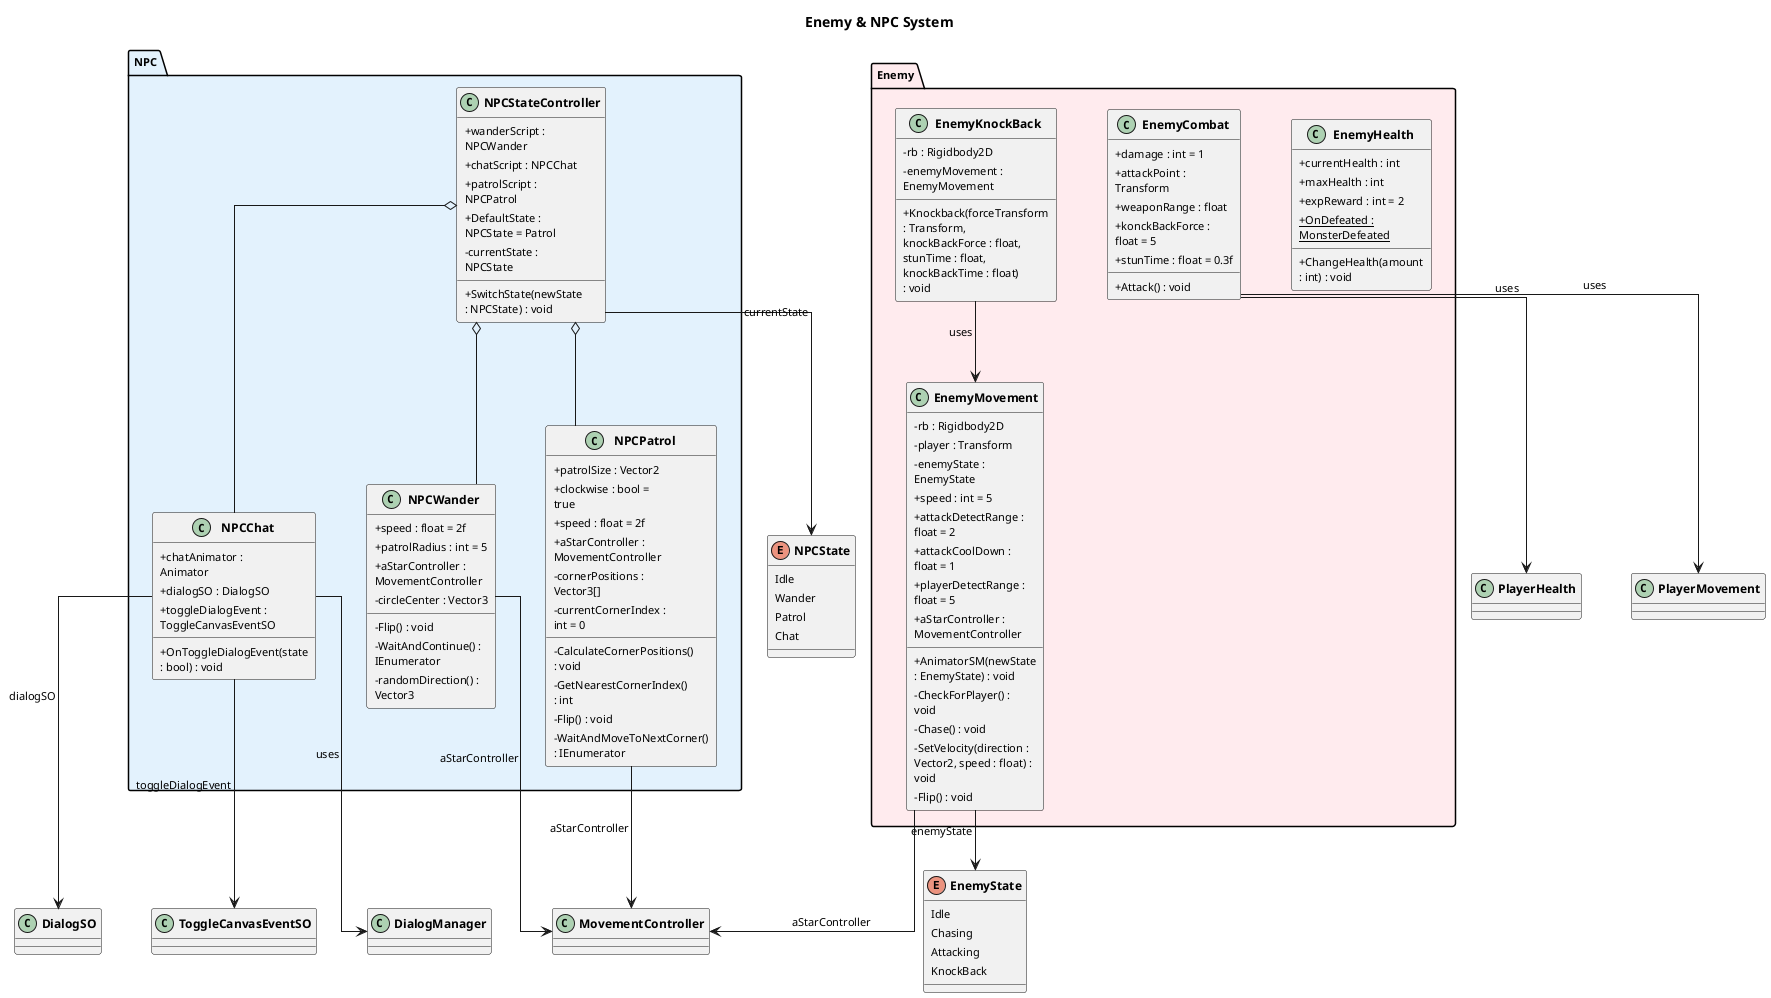
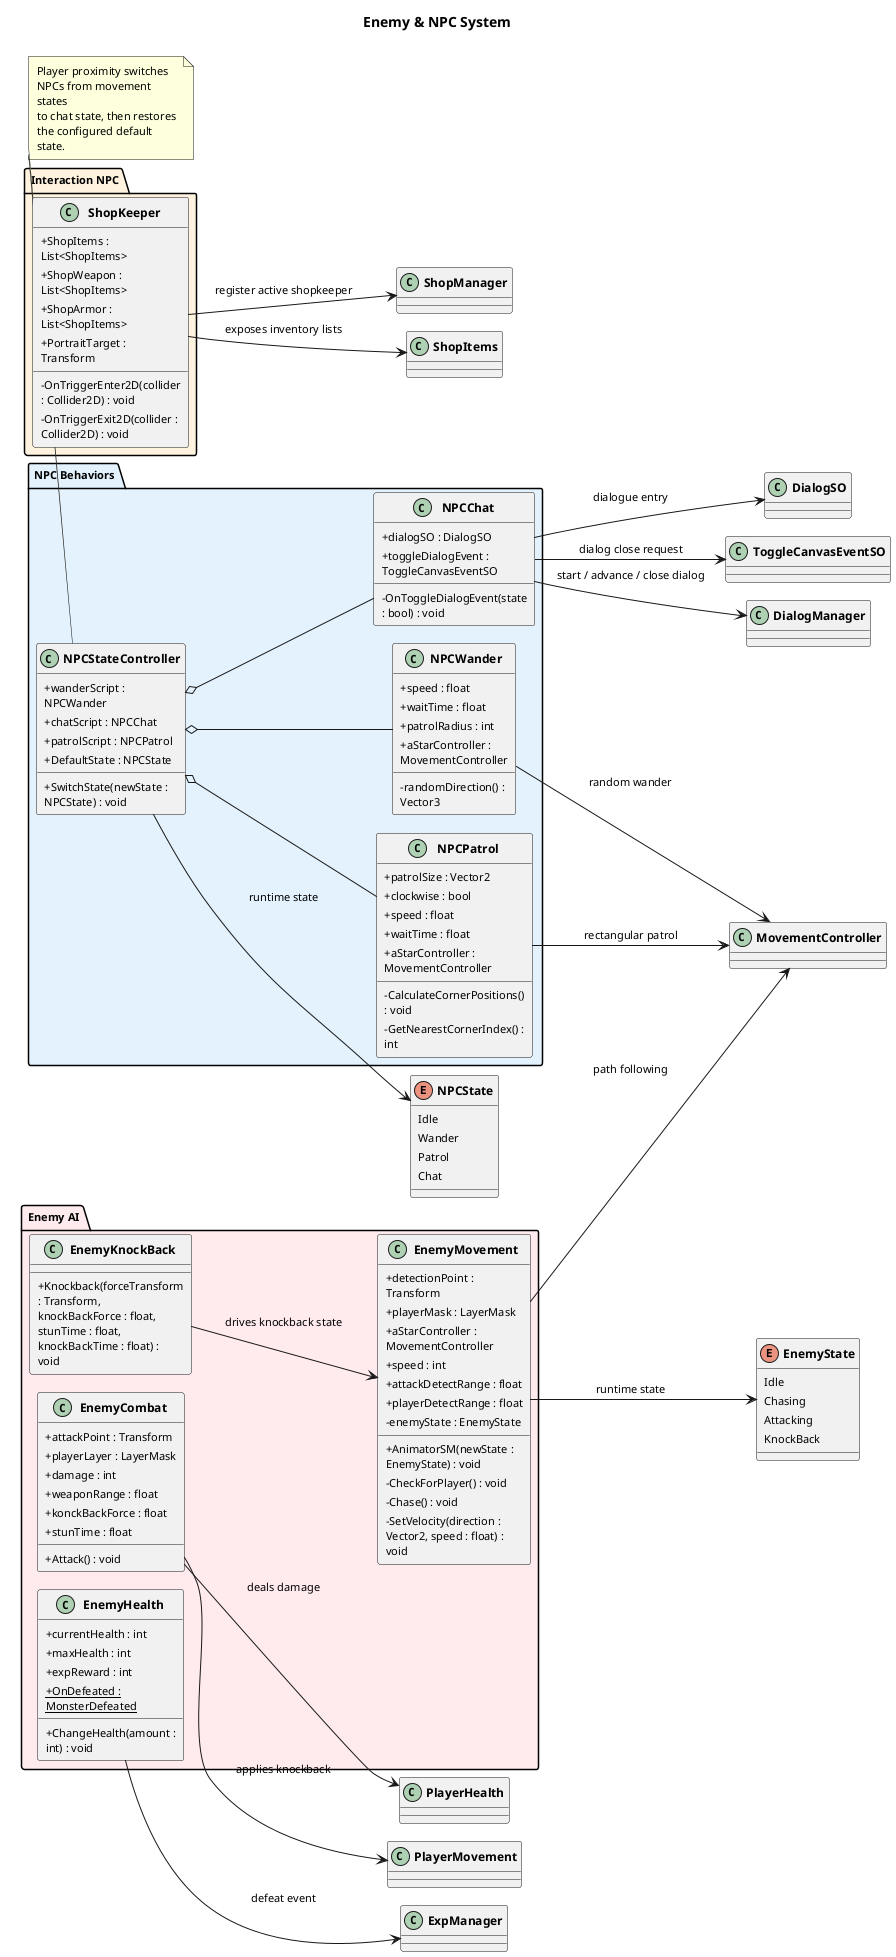
@startuml Enemy_NPC_System

+ !pragma layout smetana
+ left to right direction
+ 
skinparam linetype ortho
- skinparam nodesep 50
- skinparam ranksep 60
+ skinparam nodesep 40
+ skinparam ranksep 50
skinparam classAttributeIconSize 0
skinparam defaultFontSize 11
skinparam classFontSize 12
skinparam classFontStyle bold
skinparam padding 2
- skinparam wrapWidth 120
+ skinparam wrapWidth 140

title Enemy & NPC System

enum EnemyState {
    Idle
    Chasing
    Attacking
    KnockBack
}

enum NPCState {
    Idle
    Wander
    Patrol
    Chat
}

- package "Enemy" #FFEBEE {
+ package "Enemy AI" #FFEBEE {
    class EnemyMovement {
-         - rb : Rigidbody2D
-         - player : Transform
+         + detectionPoint : Transform
+         + playerMask : LayerMask
+         + aStarController : MovementController
+         + speed : int
+         + attackDetectRange : float
+         + playerDetectRange : float
        - enemyState : EnemyState
-         + speed : int = 5
-         + attackDetectRange : float = 2
-         + attackCoolDown : float = 1
-         + playerDetectRange : float = 5
-         + aStarController : MovementController
        + AnimatorSM(newState : EnemyState) : void
        - CheckForPlayer() : void
        - Chase() : void
        - SetVelocity(direction : Vector2, speed : float) : void
-         - Flip() : void
    }

-     together {
-         class EnemyHealth {
-             + currentHealth : int
-             + maxHealth : int
-             + expReward : int = 2
-             + {static} OnDefeated : MonsterDefeated
-             + ChangeHealth(amount : int) : void
-         }
+     class EnemyCombat {
+         + attackPoint : Transform
+         + playerLayer : LayerMask
+         + damage : int
+         + weaponRange : float
+         + konckBackForce : float
+         + stunTime : float
+         + Attack() : void
+     }

-         class EnemyKnockBack {
-             - rb : Rigidbody2D
-             - enemyMovement : EnemyMovement
-             + Knockback(forceTransform : Transform, knockBackForce : float, stunTime : float, knockBackTime : float) : void
-         }
+     class EnemyHealth {
+         + currentHealth : int
+         + maxHealth : int
+         + expReward : int
+         + {static} OnDefeated : MonsterDefeated
+         + ChangeHealth(amount : int) : void
+     }

-         class EnemyCombat {
-             + damage : int = 1
-             + attackPoint : Transform
-             + weaponRange : float
-             + konckBackForce : float = 5
-             + stunTime : float = 0.3f
-             + Attack() : void
-         }
+     class EnemyKnockBack {
+         + Knockback(forceTransform : Transform, knockBackForce : float, stunTime : float, knockBackTime : float) : void
    }
}

- package "NPC" #E3F2FD {
+ package "NPC Behaviors" #E3F2FD {
    class NPCStateController {
        + wanderScript : NPCWander
        + chatScript : NPCChat
        + patrolScript : NPCPatrol
-         + DefaultState : NPCState = Patrol
-         - currentState : NPCState
+         + DefaultState : NPCState
        + SwitchState(newState : NPCState) : void
    }

-     together {
-         class NPCPatrol {
-             + patrolSize : Vector2
-             + clockwise : bool = true
-             + speed : float = 2f
-             + aStarController : MovementController
-             - cornerPositions : Vector3[]
-             - currentCornerIndex : int = 0
-             - CalculateCornerPositions() : void
-             - GetNearestCornerIndex() : int
-             - Flip() : void
-             - WaitAndMoveToNextCorner() : IEnumerator
-         }
+     class NPCPatrol {
+         + patrolSize : Vector2
+         + clockwise : bool
+         + speed : float
+         + waitTime : float
+         + aStarController : MovementController
+         - CalculateCornerPositions() : void
+         - GetNearestCornerIndex() : int
+     }

-         class NPCWander {
-             + speed : float = 2f
-             + patrolRadius : int = 5
-             + aStarController : MovementController
-             - circleCenter : Vector3
-             - Flip() : void
-             - WaitAndContinue() : IEnumerator
-             - randomDirection() : Vector3
-         }
+     class NPCWander {
+         + speed : float
+         + waitTime : float
+         + patrolRadius : int
+         + aStarController : MovementController
+         - randomDirection() : Vector3
+     }

-         class NPCChat {
-             + chatAnimator : Animator
-             + dialogSO : DialogSO
-             + toggleDialogEvent : ToggleCanvasEventSO
-             + OnToggleDialogEvent(state : bool) : void
-         }
+     class NPCChat {
+         + dialogSO : DialogSO
+         + toggleDialogEvent : ToggleCanvasEventSO
+         - OnToggleDialogEvent(state : bool) : void
    }
}

- EnemyMovement --> EnemyState : enemyState
- EnemyMovement --> MovementController : aStarController
- EnemyKnockBack --> EnemyMovement : uses
- EnemyCombat --> PlayerHealth : uses
- EnemyCombat --> PlayerMovement : uses
- NPCStateController --> NPCState : currentState
+ package "Interaction NPC" #FFF3E0 {
+     class ShopKeeper {
+         + ShopItems : List<ShopItems>
+         + ShopWeapon : List<ShopItems>
+         + ShopArmor : List<ShopItems>
+         + PortraitTarget : Transform
+         - OnTriggerEnter2D(collider : Collider2D) : void
+         - OnTriggerExit2D(collider : Collider2D) : void
+     }
+ }
+ 
+ EnemyMovement --> EnemyState : runtime state
+ EnemyMovement --> MovementController : path following
+ EnemyCombat --> PlayerHealth : deals damage
+ EnemyCombat --> PlayerMovement : applies knockback
+ EnemyKnockBack --> EnemyMovement : drives knockback state
+ EnemyHealth --> ExpManager : defeat event
+ 
+ NPCStateController --> NPCState : runtime state
+ NPCStateController o-- NPCPatrol
NPCStateController o-- NPCWander
NPCStateController o-- NPCChat
- NPCStateController o-- NPCPatrol
- NPCPatrol --> MovementController : aStarController
- NPCWander --> MovementController : aStarController
- NPCChat --> DialogSO : dialogSO
- NPCChat --> ToggleCanvasEventSO : toggleDialogEvent
- NPCChat --> DialogManager : uses
+ NPCPatrol --> MovementController : rectangular patrol
+ NPCWander --> MovementController : random wander
+ NPCChat --> DialogSO : dialogue entry
+ NPCChat --> ToggleCanvasEventSO : dialog close request
+ NPCChat --> DialogManager : start / advance / close dialog
+ 
+ ShopKeeper --> ShopManager : register active shopkeeper
+ ShopKeeper --> ShopItems : exposes inventory lists
+ 
+ note bottom of NPCStateController
+ Player proximity switches NPCs from movement states
+ to chat state, then restores the configured default state.
+ end note

@enduml
